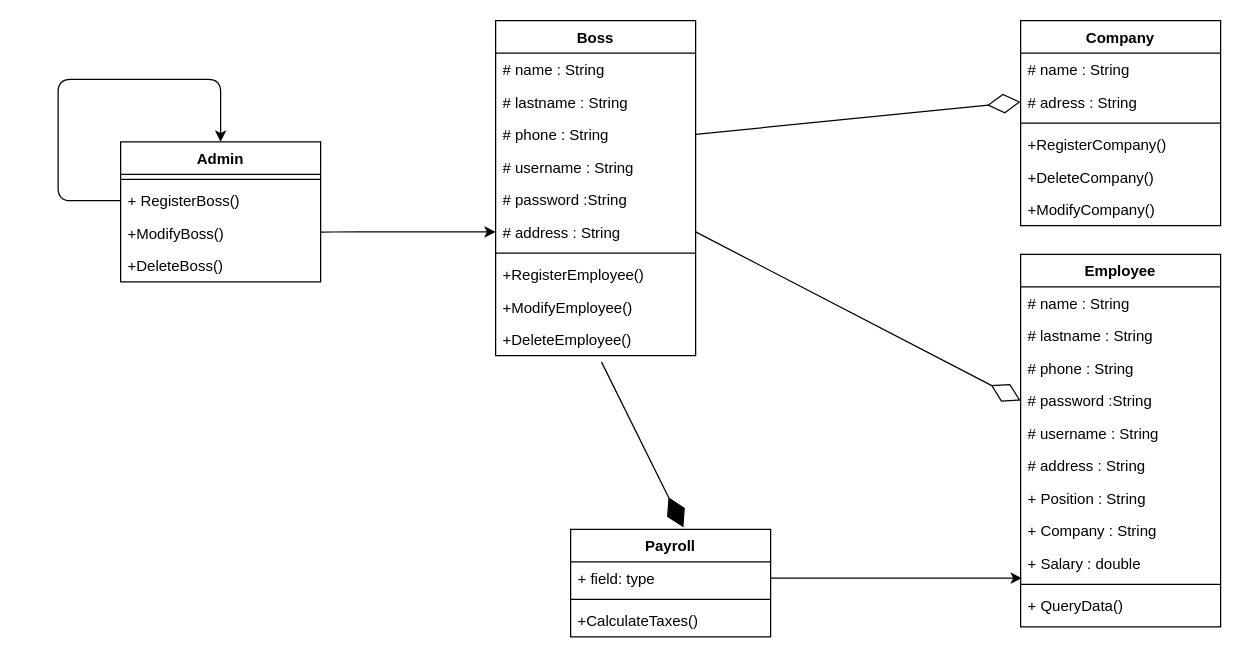
Earlier version of the draw.io diagram page "Página-2" (2 of 2) of DIAGRAMAS/classDiagram.drawio (KenyaPaiz/NominaApi). Source tidied: cells renumbered, new cells numbered last; positions are measured from the earlier drawing's top-left corner, leaving out a move shared by most shapes. Both pictures are drawn from the tidied source at 125%, with x=0, y=0 at pixel (58, 20).
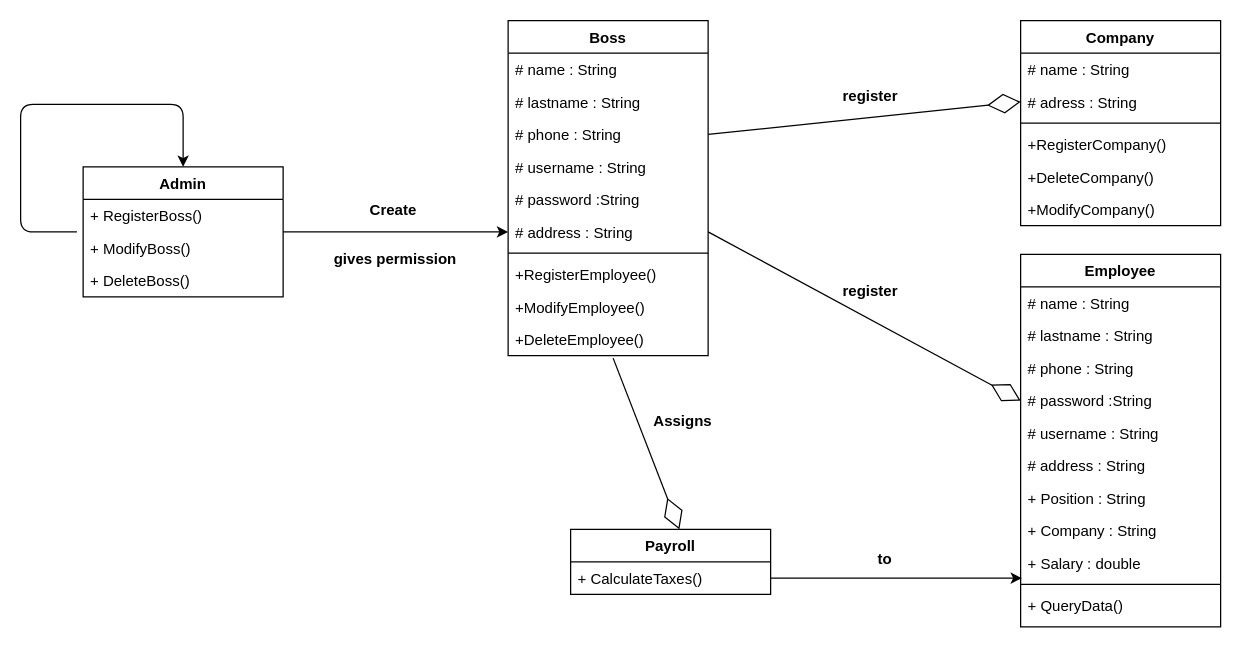
The same diagram, later.

Unchanged cells that the change refers to:
```xml
<mxCell id="14" value="# address : String&#10;" style="text;strokeColor=none;fillColor=none;align=left;verticalAlign=top;spacingLeft=4;spacingRight=4;overflow=hidden;points=[[0,0.5],[1,0.5]];portConstraint=eastwest;" parent="8" vertex="1">
  <mxGeometry y="156" width="160" height="26" as="geometry" />
</mxCell>
<mxCell id="18" value="+DeleteEmployee()" style="text;strokeColor=none;fillColor=none;align=left;verticalAlign=top;spacingLeft=4;spacingRight=4;overflow=hidden;points=[[0,0.5],[1,0.5]];portConstraint=eastwest;" parent="8" vertex="1">
  <mxGeometry y="242" width="160" height="26" as="geometry" />
</mxCell>
```

What changed in the source:
```diff
@@
+    <mxCell id="47" style="edgeStyle=none;html=1;entryX=0;entryY=0.5;entryDx=0;entryDy=0;" parent="1" edge="1" source="2" target="14">
+      <mxGeometry relative="1" as="geometry" />
+    </mxCell>
     <mxCell id="2" value="Admin&#10;" style="swimlane;fontStyle=1;align=center;verticalAlign=top;horizontal=1;startSize=26;" parent="1" vertex="1">
-      <mxGeometry x="50" y="97" width="160" height="112" as="geometry" />
+      <mxGeometry x="20" y="117" width="160" height="104" as="geometry" />
     </mxCell>
-    <mxCell id="3" style="line;strokeWidth=1;fillColor=none;align=left;verticalAlign=middle;spacingTop=-1;spacingLeft=3;spacingRight=3;labelPosition=right;" parent="2" vertex="1">
-      <mxGeometry y="26" width="160" height="8" as="geometry" />
-    </mxCell>
     <mxCell id="4" value="+ RegisterBoss()" style="text;strokeColor=none;fillColor=none;align=left;verticalAlign=top;spacingLeft=4;spacingRight=4;overflow=hidden;points=[[0,0.5],[1,0.5]];portConstraint=eastwest;" parent="2" vertex="1">
-      <mxGeometry y="34" width="160" height="26" as="geometry" />
+      <mxGeometry y="26" width="160" height="26" as="geometry" />
     </mxCell>
-    <mxCell id="5" value="+ModifyBoss()" style="text;strokeColor=none;fillColor=none;align=left;verticalAlign=top;spacingLeft=4;spacingRight=4;overflow=hidden;points=[[0,0.5],[1,0.5]];portConstraint=eastwest;" parent="2" vertex="1">
-      <mxGeometry y="60" width="160" height="26" as="geometry" />
+    <mxCell id="5" value="+ ModifyBoss()" style="text;strokeColor=none;fillColor=none;align=left;verticalAlign=top;spacingLeft=4;spacingRight=4;overflow=hidden;points=[[0,0.5],[1,0.5]];portConstraint=eastwest;" parent="2" vertex="1">
+      <mxGeometry y="52" width="160" height="26" as="geometry" />
     </mxCell>
-    <mxCell id="6" value="+DeleteBoss()" style="text;strokeColor=none;fillColor=none;align=left;verticalAlign=top;spacingLeft=4;spacingRight=4;overflow=hidden;" parent="2" vertex="1">
-      <mxGeometry y="86" width="160" height="26" as="geometry" />
+    <mxCell id="6" value="+ DeleteBoss()" style="text;strokeColor=none;fillColor=none;align=left;verticalAlign=top;spacingLeft=4;spacingRight=4;overflow=hidden;" parent="2" vertex="1">
+      <mxGeometry y="78" width="160" height="26" as="geometry" />
     </mxCell>
-    <mxCell id="7" style="edgeStyle=none;html=1;entryX=0.5;entryY=0;entryDx=0;entryDy=0;" parent="2" edge="1" source="4" target="2">
+    <mxCell id="7" style="edgeStyle=none;html=1;entryX=0.5;entryY=0;entryDx=0;entryDy=0;exitX=-0.031;exitY=0;exitDx=0;exitDy=0;exitPerimeter=0;" parent="2" edge="1" source="5" target="2">
       <mxGeometry relative="1" as="geometry">
         <Array as="points">
-          <mxPoint x="-50" y="47" />
+          <mxPoint x="-50" y="52" />
           <mxPoint x="-50" y="-50" />
           <mxPoint x="80" y="-50" />
         </Array>
       </mxGeometry>
     </mxCell>
     <mxCell id="8" value="Boss" style="swimlane;fontStyle=1;align=center;verticalAlign=top;horizontal=1;startSize=26;" parent="1" vertex="1">
-      <mxGeometry x="350" width="160" height="268" as="geometry" />
+      <mxGeometry x="360" width="160" height="268" as="geometry" />
     </mxCell>
@@
-    <mxCell id="39" style="edgeStyle=none;html=1;entryX=0;entryY=0.5;entryDx=0;entryDy=0;" parent="1" edge="1" source="5" target="14">
-      <mxGeometry relative="1" as="geometry">
-        <Array as="points">
-          <mxPoint x="230" y="169" />
-        </Array>
-      </mxGeometry>
-    </mxCell>
@@
     <mxCell id="41" value="Payroll" style="swimlane;fontStyle=1;align=center;verticalAlign=top;horizontal=1;startSize=26;" parent="1" vertex="1">
-      <mxGeometry x="410" y="407" width="160" height="86" as="geometry" />
+      <mxGeometry x="410" y="407" width="160" height="52" as="geometry" />
     </mxCell>
-    <mxCell id="42" value="+ field: type" style="text;strokeColor=none;fillColor=none;align=left;verticalAlign=top;spacingLeft=4;spacingRight=4;overflow=hidden;points=[[0,0.5],[1,0.5]];portConstraint=eastwest;" parent="41" vertex="1">
-      <mxGeometry y="26" width="160" height="26" as="geometry" />
-    </mxCell>
-    <mxCell id="43" style="line;strokeWidth=1;fillColor=none;align=left;verticalAlign=middle;spacingTop=-1;spacingLeft=3;spacingRight=3;labelPosition=right;" parent="41" vertex="1">
-      <mxGeometry y="52" width="160" height="8" as="geometry" />
-    </mxCell>
-    <mxCell id="44" value="+CalculateTaxes()" style="text;strokeColor=none;fillColor=none;align=left;verticalAlign=top;spacingLeft=4;spacingRight=4;overflow=hidden;" parent="41" vertex="1">
-      <mxGeometry y="60" width="160" height="26" as="geometry" />
+    <mxCell id="44" value="+ CalculateTaxes()" style="text;strokeColor=none;fillColor=none;align=left;verticalAlign=top;spacingLeft=4;spacingRight=4;overflow=hidden;" parent="41" vertex="1">
+      <mxGeometry y="26" width="160" height="26" as="geometry" />
     </mxCell>
-    <mxCell id="45" style="edgeStyle=none;html=1;entryX=0.006;entryY=-0.038;entryDx=0;entryDy=0;entryPerimeter=0;" parent="1" edge="1" source="42">
+    <mxCell id="45" style="edgeStyle=none;html=1;entryX=0.006;entryY=-0.038;entryDx=0;entryDy=0;entryPerimeter=0;" parent="1" edge="1">
       <mxGeometry relative="1" as="geometry">
+        <mxPoint x="570" y="446" as="sourcePoint" />
         <mxPoint x="771" y="446" as="targetPoint" />
       </mxGeometry>
     </mxCell>
-    <mxCell id="46" style="endArrow=diamondThin;endFill=1;endSize=24;html=1;exitX=0.529;exitY=1.192;exitDx=0;exitDy=0;exitPerimeter=0;entryX=0.564;entryY=-0.018;entryDx=0;entryDy=0;entryPerimeter=0;" parent="1" edge="1" source="18" target="41">
+    <mxCell id="46" style="endArrow=diamondThin;endFill=0;endSize=24;html=1;exitX=0.525;exitY=1.077;exitDx=0;exitDy=0;entryX=0.544;entryY=0;entryDx=0;entryDy=0;exitPerimeter=0;entryPerimeter=0;" parent="1" edge="1" source="18" target="41">
       <mxGeometry relative="1" as="geometry" />
     </mxCell>
+    <mxCell id="48" value="Create " style="text;align=center;fontStyle=1;verticalAlign=middle;spacingLeft=3;spacingRight=3;strokeColor=none;" parent="1" vertex="1">
+      <mxGeometry x="230" y="138" width="80" height="26" as="geometry" />
+    </mxCell>
+    <mxCell id="49" value="gives permission" style="text;align=center;fontStyle=1;verticalAlign=middle;spacingLeft=3;spacingRight=3;strokeColor=none;" parent="1" vertex="1">
+      <mxGeometry x="215" y="177" width="110" height="26" as="geometry" />
+    </mxCell>
+    <mxCell id="50" value=" to" style="text;align=center;fontStyle=1;verticalAlign=middle;spacingLeft=3;spacingRight=3;strokeColor=none;" parent="1" vertex="1">
+      <mxGeometry x="620" y="417" width="80" height="26" as="geometry" />
+    </mxCell>
+    <mxCell id="51" value="Assigns" style="text;align=center;fontStyle=1;verticalAlign=middle;spacingLeft=3;spacingRight=3;strokeColor=none;" parent="1" vertex="1">
+      <mxGeometry x="460" y="307" width="80" height="26" as="geometry" />
+    </mxCell>
+    <mxCell id="52" value="register" style="text;align=center;fontStyle=1;verticalAlign=middle;spacingLeft=3;spacingRight=3;strokeColor=none;" parent="1" vertex="1">
+      <mxGeometry x="610" y="203" width="80" height="26" as="geometry" />
+    </mxCell>
+    <mxCell id="53" value="register" style="text;align=center;fontStyle=1;verticalAlign=middle;spacingLeft=3;spacingRight=3;strokeColor=none;" parent="1" vertex="1">
+      <mxGeometry x="610" y="47" width="80" height="26" as="geometry" />
+    </mxCell>
```
